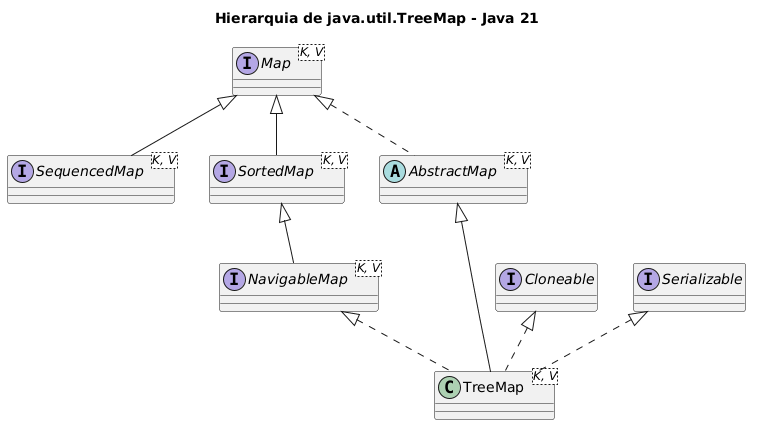
The PlantUML diagram subjects/poo/images/11-treemap-hierarchy.png in fabriciosantana/idp-marp-slides, before a commit.
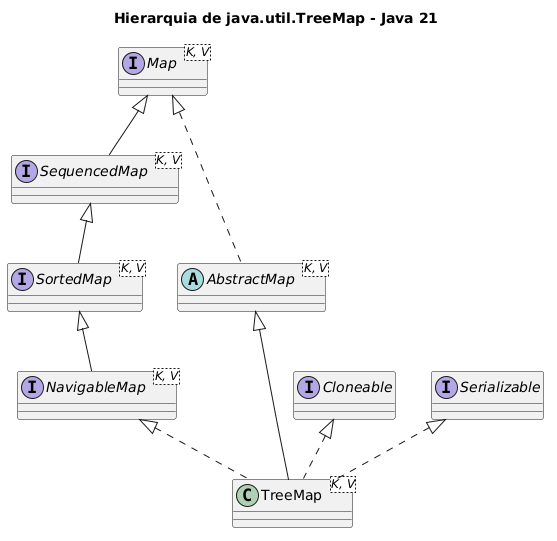
The same file after the commit.

Diff of the diagram source:
```diff
@@ -14,7 +14,7 @@
 class TreeMap<K, V>
 
 Map <|-- SequencedMap
-Map <|-- SortedMap
+SequencedMap <|-- SortedMap
 SortedMap <|-- NavigableMap
 
 Map <|.. AbstractMap
```
